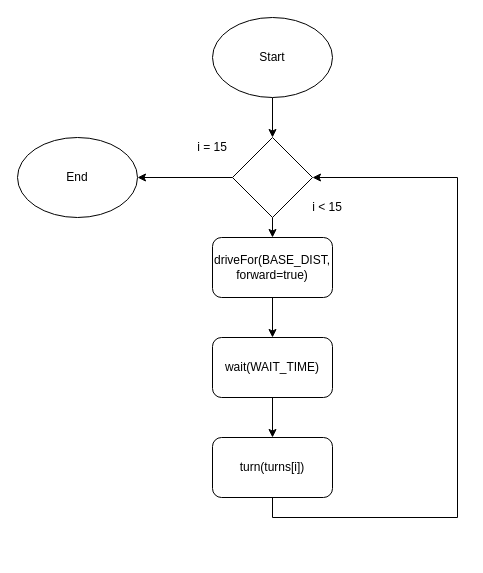
Earlier version of the draw.io diagram verkefni2/part3/flowchart/Verkefni 2-3.drawio (reyniraron/rob2a). Source tidied: cells renumbered, new cells numbered last; positions are measured from the earlier drawing's top-left corner, leaving out a move shared by most shapes. Both pictures are drawn from the tidied source at 100%, with x=0, y=0 at pixel (17, 17).
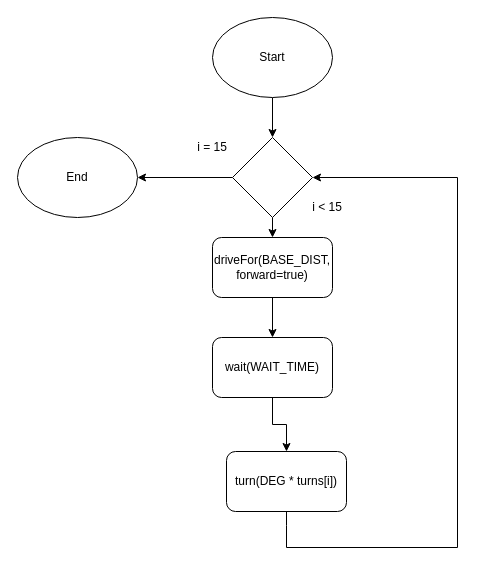
The same diagram, later.

Change to the diagram source:
```diff
@@
 <mxGraphModel>
   <root>
     <mxCell id="0" />
     <mxCell id="1" parent="0" />
     <mxCell id="2" style="edgeStyle=orthogonalEdgeStyle;rounded=0;jettySize=auto;html=1;exitX=0.5;exitY=1;exitDx=0;exitDy=0;entryX=0.5;entryY=0;entryDx=0;entryDy=0;" parent="1" edge="1" source="3" target="6">
       <mxGeometry relative="1" as="geometry" />
     </mxCell>
     <mxCell id="3" value="Start" style="ellipse;whiteSpace=wrap;html=1;" parent="1" vertex="1">
       <mxGeometry x="195" width="120" height="80" as="geometry" />
     </mxCell>
     <mxCell id="4" style="edgeStyle=orthogonalEdgeStyle;rounded=0;jettySize=auto;html=1;exitX=0.5;exitY=1;exitDx=0;exitDy=0;entryX=0.5;entryY=0;entryDx=0;entryDy=0;" parent="1" edge="1" source="6" target="9">
       <mxGeometry relative="1" as="geometry" />
     </mxCell>
     <mxCell id="5" style="edgeStyle=orthogonalEdgeStyle;rounded=0;jettySize=auto;html=1;exitX=0;exitY=0.5;exitDx=0;exitDy=0;entryX=1;entryY=0.5;entryDx=0;entryDy=0;" parent="1" edge="1" source="6" target="15">
       <mxGeometry relative="1" as="geometry" />
     </mxCell>
     <mxCell id="6" style="rhombus;whiteSpace=wrap;html=1;" parent="1" vertex="1">
       <mxGeometry x="215" y="120" width="80" height="80" as="geometry" />
     </mxCell>
     <mxCell id="7" value="i &amp;lt; 15" style="text;html=1;strokeColor=none;fillColor=none;align=center;verticalAlign=middle;whiteSpace=wrap;rounded=0;" parent="1" vertex="1">
       <mxGeometry x="290" y="180" width="40" height="20" as="geometry" />
     </mxCell>
     <mxCell id="8" style="edgeStyle=orthogonalEdgeStyle;rounded=0;jettySize=auto;html=1;exitX=0.5;exitY=1;exitDx=0;exitDy=0;entryX=0.5;entryY=0;entryDx=0;entryDy=0;" parent="1" edge="1" source="9" target="13">
       <mxGeometry relative="1" as="geometry" />
     </mxCell>
     <mxCell id="9" value="driveFor(BASE_DIST, forward=true)" style="rounded=1;whiteSpace=wrap;html=1;" parent="1" vertex="1">
       <mxGeometry x="195" y="220" width="120" height="60" as="geometry" />
     </mxCell>
     <mxCell id="10" style="edgeStyle=orthogonalEdgeStyle;rounded=0;jettySize=auto;html=1;exitX=0.5;exitY=1;exitDx=0;exitDy=0;entryX=1;entryY=0.5;entryDx=0;entryDy=0;" parent="1" edge="1" source="11" target="6">
       <mxGeometry relative="1" as="geometry">
         <Array as="points">
-          <mxPoint x="255" y="500" />
-          <mxPoint x="440" y="500" />
-          <mxPoint x="440" y="160" />
+          <mxPoint x="269" y="508" />
+          <mxPoint x="269" y="530" />
+          <mxPoint x="440" y="530" />
+          <mxPoint x="440" y="174" />
         </Array>
       </mxGeometry>
     </mxCell>
-    <mxCell id="11" value="turn(turns[i])" style="rounded=1;whiteSpace=wrap;html=1;" parent="1" vertex="1">
-      <mxGeometry x="195" y="420" width="120" height="60" as="geometry" />
+    <mxCell id="11" value="turn(DEG * turns[i])" style="rounded=1;whiteSpace=wrap;html=1;" parent="1" vertex="1">
+      <mxGeometry x="209" y="434" width="120" height="60" as="geometry" />
     </mxCell>
     <mxCell id="12" style="edgeStyle=orthogonalEdgeStyle;rounded=0;jettySize=auto;html=1;exitX=0.5;exitY=1;exitDx=0;exitDy=0;" parent="1" edge="1" source="13" target="11">
       <mxGeometry relative="1" as="geometry" />
     </mxCell>
     <mxCell id="13" value="wait(WAIT_TIME)" style="rounded=1;whiteSpace=wrap;html=1;" parent="1" vertex="1">
       <mxGeometry x="195" y="320" width="120" height="60" as="geometry" />
     </mxCell>
     <mxCell id="14" value="i = 15" style="text;html=1;strokeColor=none;fillColor=none;align=center;verticalAlign=middle;whiteSpace=wrap;rounded=0;" parent="1" vertex="1">
       <mxGeometry x="175" y="120" width="40" height="20" as="geometry" />
     </mxCell>
     <mxCell id="15" value="End" style="ellipse;whiteSpace=wrap;html=1;" parent="1" vertex="1">
       <mxGeometry y="120" width="120" height="80" as="geometry" />
     </mxCell>
   </root>
 </mxGraphModel>
```
